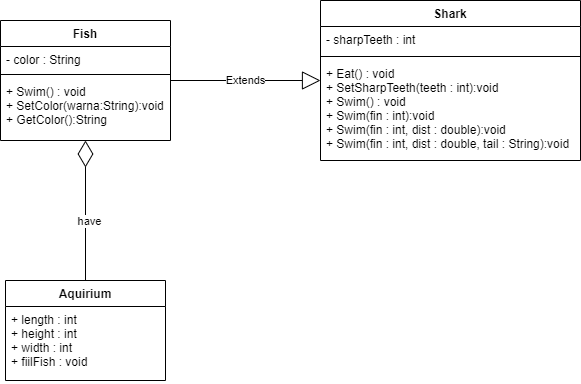
aisyahkamilah/Week2 keeps this draw.io diagram as Exercise1ClassDiagram.png. Above is the earlier version. Source tidied: cells renumbered, new cells last; positions are measured from the earlier drawing's top-left corner, leaving out a move shared by most shapes. The source it was exported from:
```xml
<mxGraphModel>
  <root>
    <mxCell id="0" />
    <mxCell id="1" parent="0" />
    <mxCell id="2" style="endArrow=diamondThin;endFill=0;endSize=24;html=1;exitX=0.5;exitY=0;exitDx=0;exitDy=0;" parent="1" edge="1" source="13" target="4">
      <mxGeometry relative="1" as="geometry" />
    </mxCell>
    <mxCell id="3" value="have" style="edgeLabel;html=1;align=center;verticalAlign=middle;" parent="2" vertex="1">
      <mxGeometry x="-0.14" y="-3" relative="1" as="geometry" />
    </mxCell>
    <mxCell id="4" value="Fish" style="swimlane;fontStyle=1;align=center;verticalAlign=top;horizontal=1;startSize=26;" parent="1" vertex="1">
      <mxGeometry y="20" width="170" height="120" as="geometry" />
    </mxCell>
    <mxCell id="5" value="- color : String" style="text;strokeColor=none;fillColor=none;align=left;verticalAlign=top;spacingLeft=4;spacingRight=4;overflow=hidden;" parent="4" vertex="1">
      <mxGeometry y="26" width="170" height="24" as="geometry" />
    </mxCell>
    <mxCell id="6" style="line;strokeWidth=1;fillColor=none;align=left;verticalAlign=middle;spacingTop=-1;spacingLeft=3;spacingRight=3;labelPosition=right;" parent="4" vertex="1">
      <mxGeometry y="50" width="170" height="8" as="geometry" />
    </mxCell>
    <mxCell id="7" value="+ Swim() : void&#10;+ SetColor(warna:String):void&#10;+ GetColor():String" style="text;strokeColor=none;fillColor=none;align=left;verticalAlign=top;spacingLeft=4;spacingRight=4;overflow=hidden;" parent="4" vertex="1">
      <mxGeometry y="58" width="170" height="62" as="geometry" />
    </mxCell>
    <mxCell id="8" value="Extends" style="endArrow=block;endSize=16;endFill=0;html=1;" parent="1" edge="1" source="4" target="9">
      <mxGeometry relative="1" as="geometry" />
    </mxCell>
    <mxCell id="9" value="Shark" style="swimlane;fontStyle=1;align=center;verticalAlign=top;horizontal=1;startSize=26;" parent="1" vertex="1">
      <mxGeometry x="320" width="260" height="160" as="geometry" />
    </mxCell>
    <mxCell id="10" value="- sharpTeeth : int" style="text;strokeColor=none;fillColor=none;align=left;verticalAlign=top;spacingLeft=4;spacingRight=4;overflow=hidden;" parent="9" vertex="1">
      <mxGeometry y="26" width="260" height="26" as="geometry" />
    </mxCell>
    <mxCell id="11" style="line;strokeWidth=1;fillColor=none;align=left;verticalAlign=middle;spacingTop=-1;spacingLeft=3;spacingRight=3;labelPosition=right;" parent="9" vertex="1">
      <mxGeometry y="52" width="260" height="8" as="geometry" />
    </mxCell>
    <mxCell id="12" value="+ Eat() : void&#10;+ SetSharpTeeth(teeth : int):void&#10;+ Swim() : void&#10;+ Swim(fin : int):void&#10;+ Swim(fin : int, dist : double):void&#10;+ Swim(fin : int, dist : double, tail : String):void" style="text;strokeColor=none;fillColor=none;align=left;verticalAlign=top;spacingLeft=4;spacingRight=4;overflow=hidden;" parent="9" vertex="1">
      <mxGeometry y="60" width="260" height="100" as="geometry" />
    </mxCell>
    <mxCell id="13" value="Aquirium" style="swimlane;fontStyle=1;align=center;verticalAlign=top;horizontal=1;startSize=26;" parent="1" vertex="1">
      <mxGeometry x="5" y="280" width="160" height="100" as="geometry" />
    </mxCell>
    <mxCell id="14" value="+ length : int&#10;+ height : int&#10;+ width : int&#10;+ fiilFish : void" style="text;strokeColor=none;fillColor=none;align=left;verticalAlign=top;spacingLeft=4;spacingRight=4;overflow=hidden;" parent="13" vertex="1">
      <mxGeometry y="26" width="160" height="74" as="geometry" />
    </mxCell>
  </root>
</mxGraphModel>
```
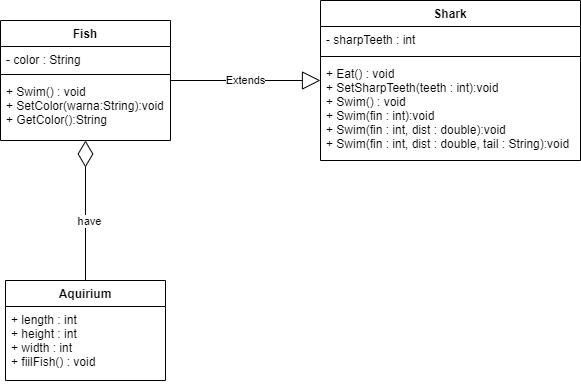
The same diagram one commit later.

The edit, as a diff of the source:
```diff
@@ -38,7 +38,7 @@
     <mxCell id="13" value="Aquirium" style="swimlane;fontStyle=1;align=center;verticalAlign=top;horizontal=1;startSize=26;" parent="1" vertex="1">
       <mxGeometry x="5" y="280" width="160" height="100" as="geometry" />
     </mxCell>
-    <mxCell id="14" value="+ length : int&#10;+ height : int&#10;+ width : int&#10;+ fiilFish : void" style="text;strokeColor=none;fillColor=none;align=left;verticalAlign=top;spacingLeft=4;spacingRight=4;overflow=hidden;" parent="13" vertex="1">
+    <mxCell id="14" value="+ length : int&#10;+ height : int&#10;+ width : int&#10;+ fiilFish() : void" style="text;strokeColor=none;fillColor=none;align=left;verticalAlign=top;spacingLeft=4;spacingRight=4;overflow=hidden;" parent="13" vertex="1">
       <mxGeometry y="26" width="160" height="74" as="geometry" />
     </mxCell>
   </root>
```
